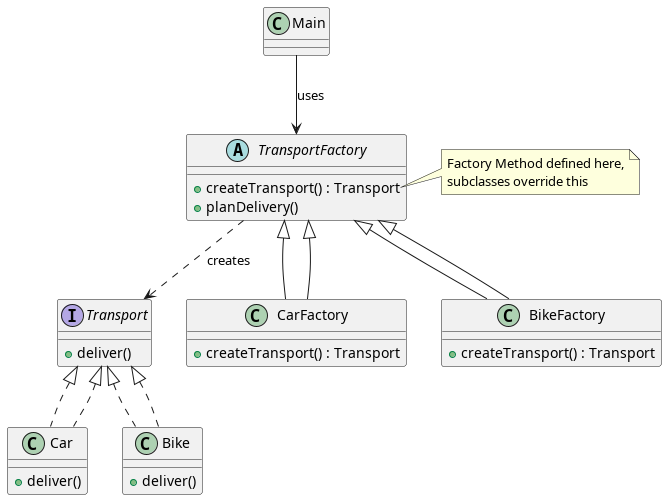
Earlier version of the PlantUML export figures/out/factory_method.png (alfa-yohannis/pemrograman-berorientasi-objek). Source of this version:
```plantuml
@startuml
interface Transport {
    + deliver()
}

class Car implements Transport {
    + deliver()
}

class Bike implements Transport {
    + deliver()
}

abstract class TransportFactory {
    + createTransport() : Transport
    + planDelivery()
}

class CarFactory extends TransportFactory {
    + createTransport() : Transport
}

class BikeFactory extends TransportFactory {
    + createTransport() : Transport
}

Main --> TransportFactory : uses
TransportFactory <|-- CarFactory
TransportFactory <|-- BikeFactory
Transport <|.. Car
Transport <|.. Bike
TransportFactory ..> Transport : creates

note right of TransportFactory::createTransport
Factory Method defined here,
subclasses override this
end note
@enduml
```
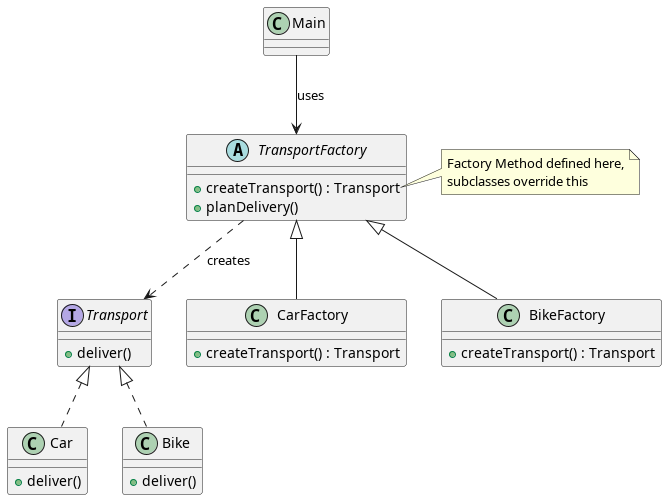
Later version of the same file.

Diff of the diagram source:
```diff
@@ -25,10 +25,6 @@
 }
 
 Main --> TransportFactory : uses
-TransportFactory <|-- CarFactory
-TransportFactory <|-- BikeFactory
-Transport <|.. Car
-Transport <|.. Bike
 TransportFactory ..> Transport : creates
 
 note right of TransportFactory::createTransport
```
